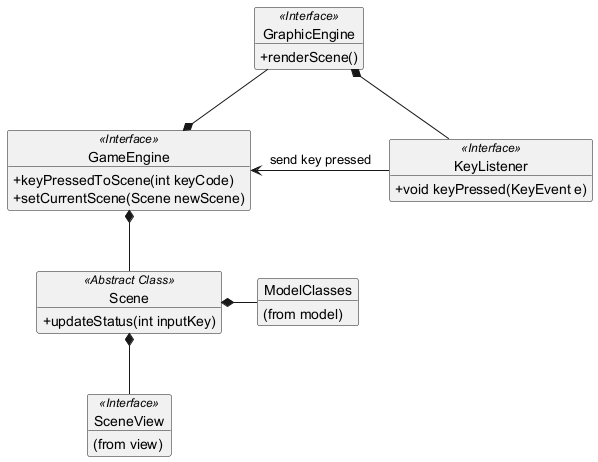
This is report/immagini/architetturaMVC.png from PietroMaro/OOP24-Poke-Rogue, a PlantUML export, as it was before one commit. The source it was exported from:
```plantuml
@startuml
skinparam classAttributeIconSize 0

object ModelClasses {
(from model)

}

object GameEngine <<Interface>>{

    +keyPressedToScene(int keyCode)
    +setCurrentScene(Scene newScene)
}
object GraphicEngine <<Interface>>{


    +renderScene()
}
object KeyListener <<Interface>>{

    +void keyPressed(KeyEvent e)
}
object Scene <<Abstract Class>>{

    +updateStatus(int inputKey)
}
object SceneView <<Interface>>{
    (from view)
}

Scene *-down- SceneView
GraphicEngine --* GameEngine
GameEngine *-- Scene
GameEngine <-right- KeyListener : "send key pressed"
GraphicEngine *-- KeyListener
Scene *-right- ModelClasses




@enduml
```
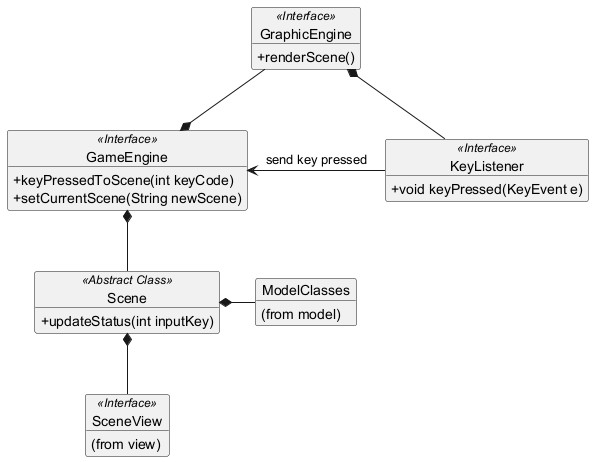
Later version of the same file.

What changed in the source:
```diff
@@ -9,7 +9,7 @@
 object GameEngine <<Interface>>{
 
     +keyPressedToScene(int keyCode)
-    +setCurrentScene(Scene newScene)
+    +setCurrentScene(String newScene)
 }
 object GraphicEngine <<Interface>>{
 
```
